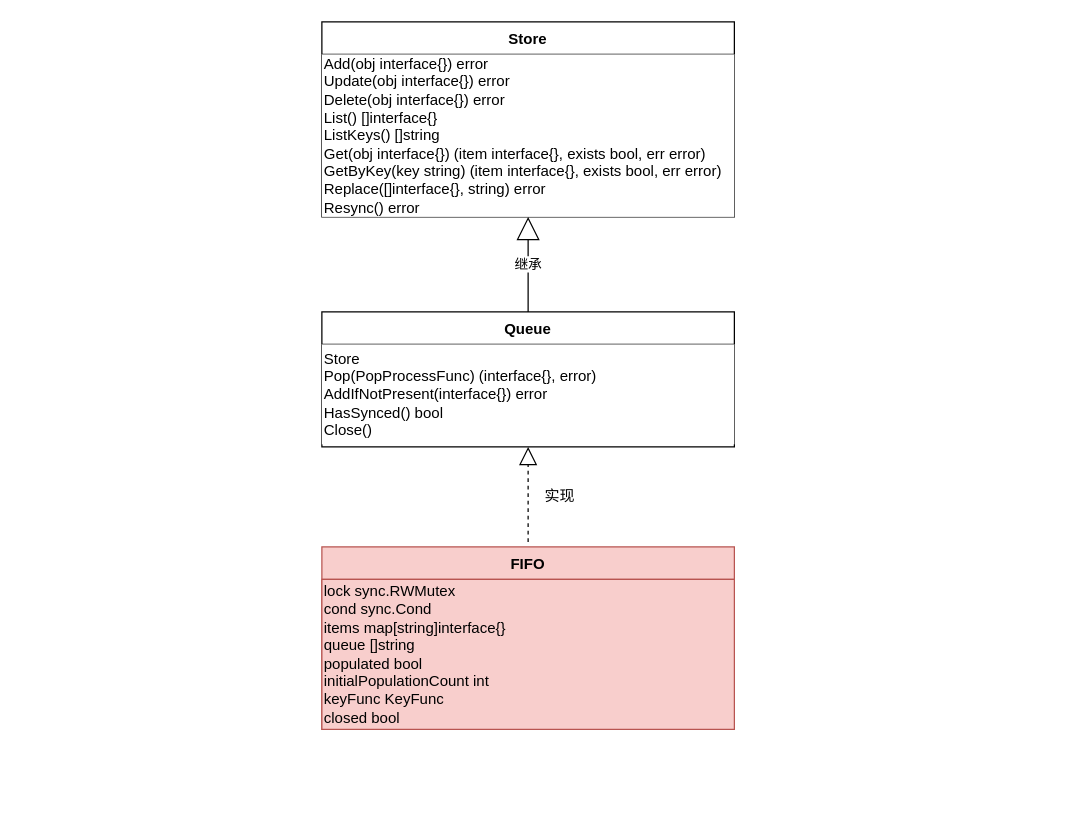
Before: FIFO.drawio in flying1pig/Design-pattern, a draw.io diagram. Source tidied: cells renumbered, new cells numbered last; positions are measured from the earlier drawing's top-left corner, leaving out a move shared by most shapes. Both pictures are drawn from the tidied source at 125%, with x=0, y=0 at pixel (321, 21).
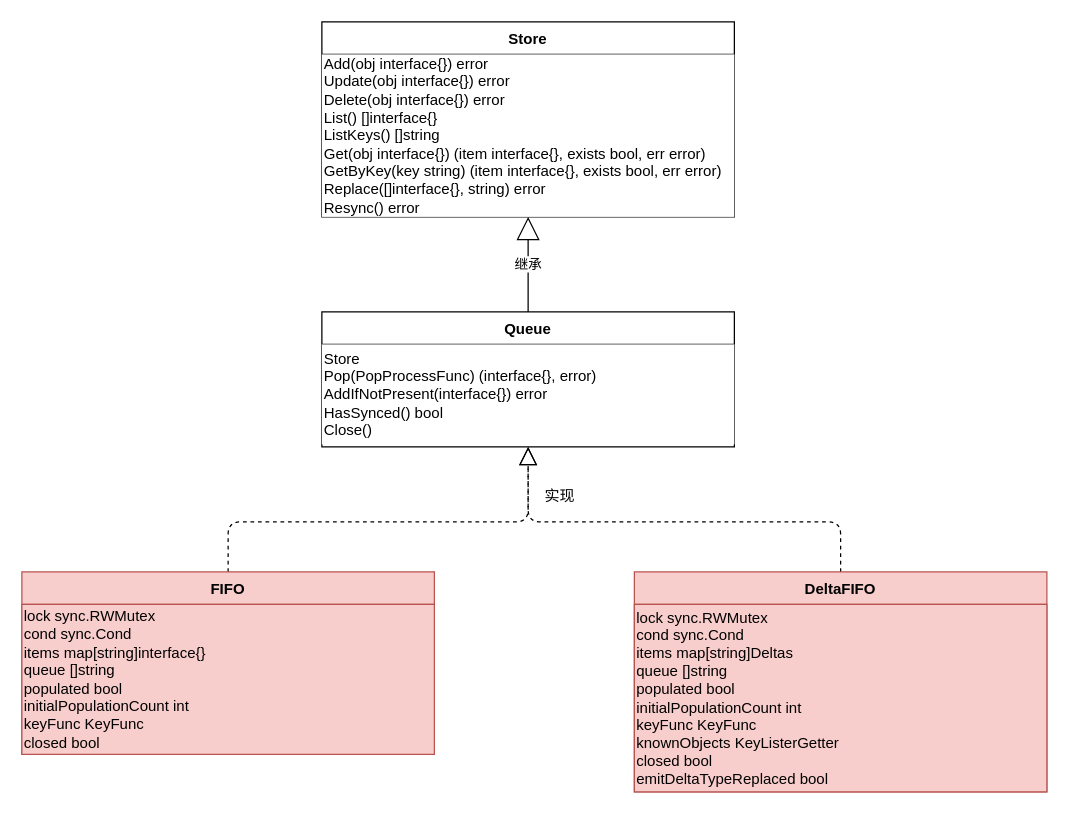
The same page after the edit.

What changed in the source:
```diff
@@
 <mxGraphModel>
   <root>
     <mxCell id="0" />
     <mxCell id="1" parent="0" />
     <mxCell id="2" value="Store" style="swimlane;fontStyle=1;align=center;verticalAlign=top;horizontal=1;startSize=26;rounded=0;shadow=0;strokeWidth=1;" parent="1" vertex="1">
       <mxGeometry width="330" height="156" as="geometry" />
     </mxCell>
     <mxCell id="3" value="&lt;div&gt;Add(obj interface{}) error&lt;/div&gt;&lt;div&gt;Update(obj interface{}) error&lt;/div&gt;&lt;div&gt;Delete(obj interface{}) error&lt;/div&gt;&lt;div&gt;List() []interface{}&lt;/div&gt;&lt;div&gt;ListKeys() []string&lt;/div&gt;&lt;div&gt;Get(obj interface{}) (item interface{}, exists bool, err error)&lt;/div&gt;&lt;div&gt;GetByKey(key string) (item interface{}, exists bool, err error)&lt;/div&gt;&lt;div&gt;Replace([]interface{}, string) error&lt;/div&gt;&lt;div&gt;Resync() error&lt;/div&gt;" style="text;html=1;align=left;verticalAlign=middle;fillColor=#FFFFFF;" parent="2" vertex="1">
       <mxGeometry y="26" width="330" height="130" as="geometry" />
     </mxCell>
     <mxCell id="4" value="继承" style="endArrow=block;endSize=16;endFill=0;html=1;exitX=0.5;exitY=0;exitDx=0;exitDy=0;entryX=0.5;entryY=1;entryDx=0;entryDy=0;" parent="1" edge="1">
       <mxGeometry relative="1" as="geometry">
         <mxPoint x="165" y="232" as="sourcePoint" />
         <mxPoint x="165" y="156" as="targetPoint" />
       </mxGeometry>
     </mxCell>
     <mxCell id="5" value="Queue" style="swimlane;fontStyle=1;align=center;verticalAlign=top;horizontal=1;startSize=26;rounded=0;shadow=0;strokeWidth=1;" parent="1" vertex="1">
       <mxGeometry y="232" width="330" height="108" as="geometry" />
     </mxCell>
     <mxCell id="6" value="&lt;div&gt;Store&lt;/div&gt;&lt;div&gt;&lt;div&gt;Pop(PopProcessFunc) (interface{}, error)&lt;/div&gt;&lt;div&gt;AddIfNotPresent(interface{}) error&lt;/div&gt;&lt;div&gt;HasSynced() bool&lt;/div&gt;&lt;div&gt;Close()&lt;/div&gt;&lt;/div&gt;" style="text;html=1;align=left;verticalAlign=middle;fillColor=#ffffff;" parent="5" vertex="1">
       <mxGeometry y="26" width="330" height="80" as="geometry" />
     </mxCell>
-    <mxCell id="7" style="endArrow=block;dashed=1;endFill=0;endSize=12;html=1;exitX=0.5;exitY=0;exitDx=0;exitDy=0;entryX=0.5;entryY=1;entryDx=0;entryDy=0;" parent="1" edge="1">
+    <mxCell id="7" style="endArrow=block;dashed=1;endFill=0;endSize=12;html=1;exitX=0.5;exitY=0;exitDx=0;exitDy=0;entryX=0.5;entryY=1;entryDx=0;entryDy=0;" parent="1" edge="1" source="9">
       <mxGeometry relative="1" as="geometry">
-        <mxPoint x="165" y="416" as="sourcePoint" />
         <mxPoint x="165" y="340" as="targetPoint" />
+        <Array as="points">
+          <mxPoint x="-75" y="400" />
+          <mxPoint x="165" y="400" />
+        </Array>
       </mxGeometry>
     </mxCell>
     <mxCell id="8" value="实现" style="text;html=1;align=center;verticalAlign=middle;" parent="1" vertex="1">
       <mxGeometry x="170" y="370" width="40" height="20" as="geometry" />
     </mxCell>
     <mxCell id="9" value="FIFO" style="swimlane;fontStyle=1;align=center;verticalAlign=top;horizontal=1;startSize=26;rounded=0;shadow=0;strokeWidth=1;fillColor=#f8cecc;strokeColor=#b85450;" parent="1" vertex="1">
-      <mxGeometry y="420" width="330" height="146" as="geometry" />
+      <mxGeometry x="-240" y="440" width="330" height="146" as="geometry" />
     </mxCell>
     <mxCell id="10" value="&lt;div&gt;lock sync.RWMutex&lt;/div&gt;&lt;div&gt;cond sync.Cond&lt;/div&gt;&lt;div&gt;items map[string]interface{}&lt;/div&gt;&lt;div&gt;queue []string&lt;/div&gt;&lt;div&gt;populated bool&lt;/div&gt;&lt;div&gt;initialPopulationCount int&lt;/div&gt;&lt;div&gt;keyFunc KeyFunc&lt;/div&gt;&lt;div&gt;closed bool&lt;/div&gt;" style="text;html=1;align=left;verticalAlign=middle;fillColor=#f8cecc;strokeColor=#b85450;" parent="9" vertex="1">
       <mxGeometry y="26" width="330" height="120" as="geometry" />
     </mxCell>
+    <mxCell id="11" style="endArrow=block;dashed=1;endFill=0;endSize=12;html=1;entryX=0.5;entryY=1;entryDx=0;entryDy=0;exitX=0.5;exitY=0;exitDx=0;exitDy=0;" parent="1" edge="1" source="12">
+      <mxGeometry relative="1" as="geometry">
+        <mxPoint x="165" y="340" as="targetPoint" />
+        <Array as="points">
+          <mxPoint x="415" y="400" />
+          <mxPoint x="165" y="400" />
+        </Array>
+      </mxGeometry>
+    </mxCell>
+    <mxCell id="12" value="DeltaFIFO" style="swimlane;fontStyle=1;align=center;verticalAlign=top;horizontal=1;startSize=26;rounded=0;shadow=0;strokeWidth=1;fillColor=#f8cecc;strokeColor=#b85450;" parent="1" vertex="1">
+      <mxGeometry x="250" y="440" width="330" height="176" as="geometry" />
+    </mxCell>
+    <mxCell id="13" value="&lt;div&gt;lock sync.RWMutex&lt;/div&gt;&lt;div&gt;cond sync.Cond&lt;/div&gt;&lt;div&gt;items map[string]Deltas&lt;/div&gt;&lt;div&gt;queue []string&lt;/div&gt;&lt;div&gt;populated bool&lt;/div&gt;&lt;div&gt;initialPopulationCount int&lt;/div&gt;&lt;div&gt;keyFunc KeyFunc&lt;/div&gt;&lt;div&gt;knownObjects KeyListerGetter&lt;/div&gt;&lt;div&gt;closed bool&lt;/div&gt;&lt;div&gt;emitDeltaTypeReplaced bool&lt;/div&gt;" style="text;html=1;align=left;verticalAlign=middle;fillColor=#f8cecc;strokeColor=#b85450;" parent="12" vertex="1">
+      <mxGeometry y="26" width="330" height="150" as="geometry" />
+    </mxCell>
   </root>
 </mxGraphModel>
```
